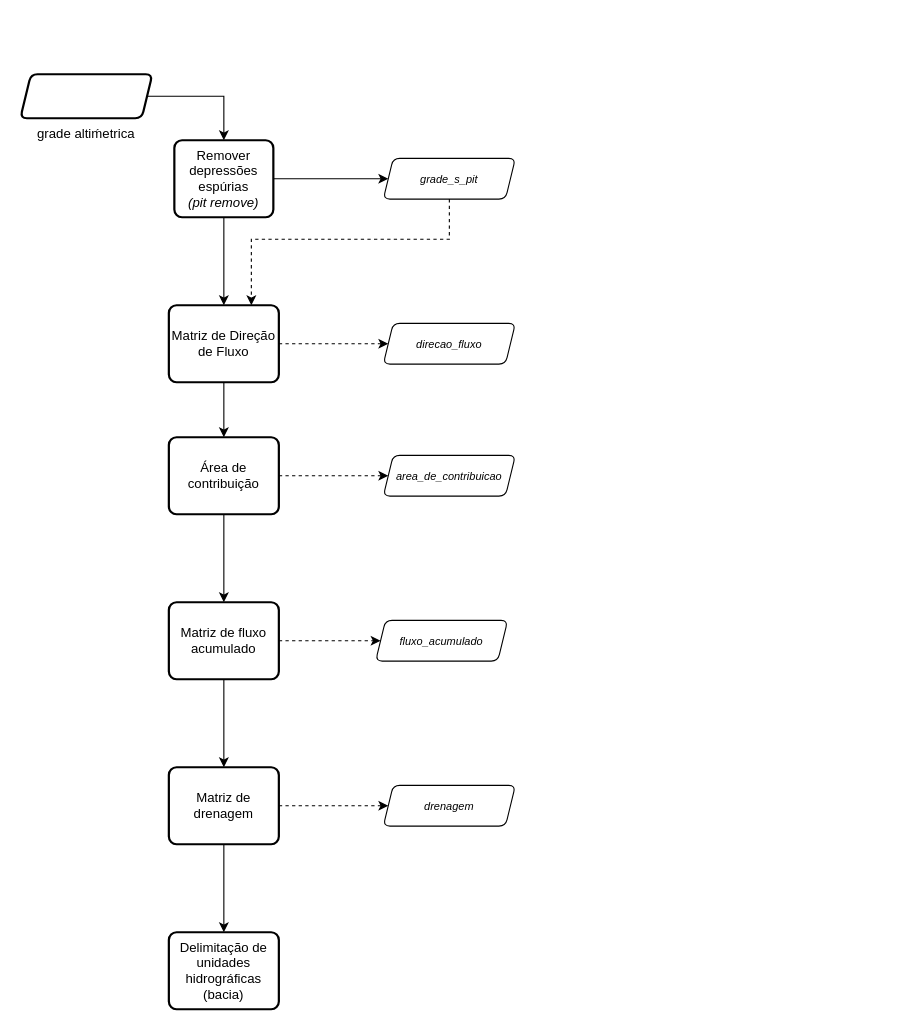
Above: Delimitação de Bacias e Subbacias Hidrográficas.drawio in Deso-Sertao/fluxogramas (draw.io), before the change. Source tidied: cells renumbered, new cells numbered last; positions are measured from the earlier drawing's top-left corner, leaving out a move shared by most shapes. Both pictures are drawn from the tidied source at 110%, with x=0, y=0 at pixel (20, 74).
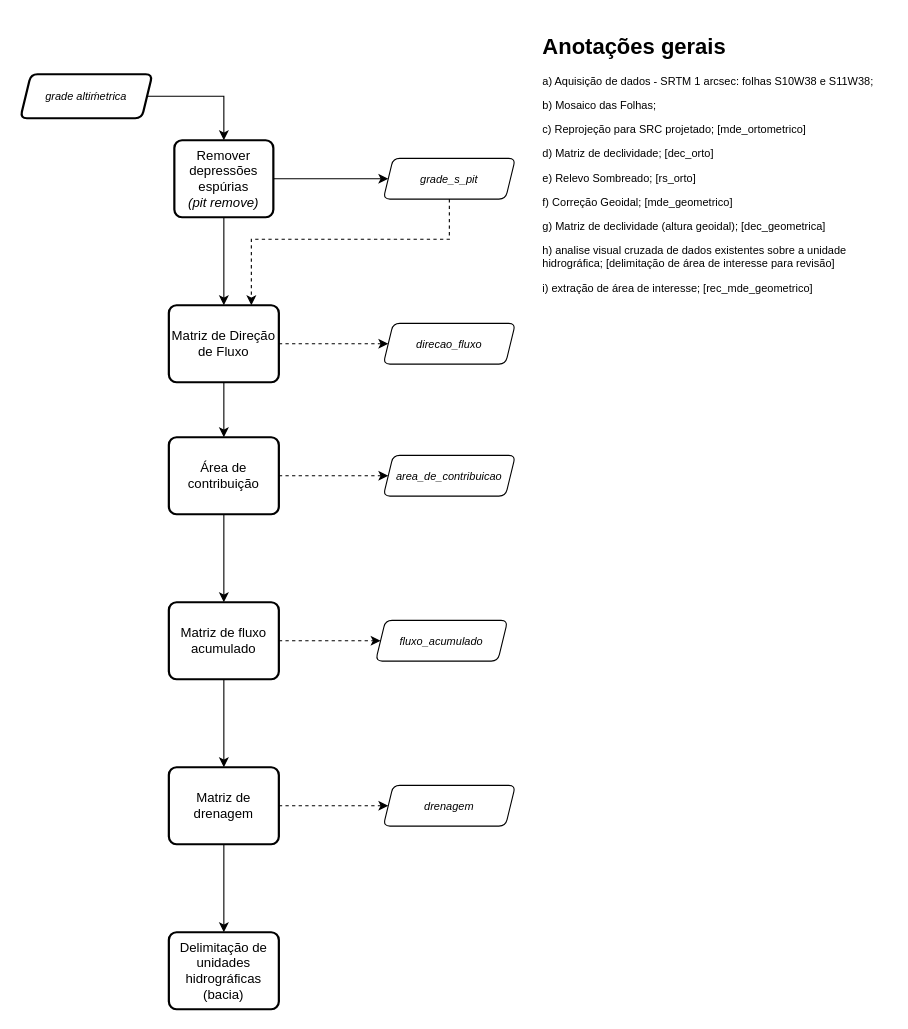
After the change.

What changed in the source:
```diff
@@
-    <mxCell id="3" value="grade altiḿetrica" style="verticalLabelPosition=bottom;verticalAlign=top;html=1;strokeWidth=2;shape=parallelogram;perimeter=parallelogramPerimeter;whiteSpace=wrap;rounded=1;arcSize=12;size=0.08007662835249031;" parent="1" vertex="1">
+    <mxCell id="3" value="grade altiḿetrica" style="verticalLabelPosition=middle;verticalAlign=middle;html=1;strokeWidth=2;shape=parallelogram;perimeter=parallelogramPerimeter;whiteSpace=wrap;rounded=1;arcSize=12;size=0.08007662835249031;labelPosition=center;align=center;fontStyle=2;fontSize=10;" parent="1" vertex="1">
       <mxGeometry width="120" height="40" as="geometry" />
     </mxCell>
@@
+    <mxCell id="26" value="&lt;h1&gt;Anotações gerais&lt;br&gt;&lt;/h1&gt;&lt;p&gt;a) Aquisição de dados - SRTM 1 arcsec: folhas S10W38 e S11W38;&lt;br&gt;&lt;/p&gt;&lt;p&gt;b) Mosaico das Folhas;&lt;/p&gt;&lt;p&gt;c) Reprojeção para SRC projetado; [mde_ortometrico]&lt;br&gt;&lt;/p&gt;&lt;p&gt;d) Matriz de declividade; [dec_orto]&lt;br&gt;&lt;/p&gt;&lt;p&gt;e) Relevo Sombreado; [rs_orto]&lt;/p&gt;&lt;p&gt;f) Correção Geoidal; [mde_geometrico]&lt;/p&gt;&lt;p&gt;g) Matriz de declividade (altura geoidal); [dec_geometrica]&lt;/p&gt;&lt;p&gt;h) analise visual cruzada de dados existentes sobre a unidade hidrográfica; [delimitação de área de interesse para revisão]&lt;/p&gt;&lt;p&gt;i) extração de área de interesse; [rec_mde_geometrico]&lt;br&gt;&lt;/p&gt;" style="text;html=1;strokeColor=none;fillColor=none;spacing=5;spacingTop=-20;whiteSpace=wrap;overflow=hidden;rounded=0;shadow=0;comic=0;fontSize=10;" parent="1" vertex="1">
+      <mxGeometry x="470" y="-40" width="320" height="400" as="geometry" />
+    </mxCell>
```
